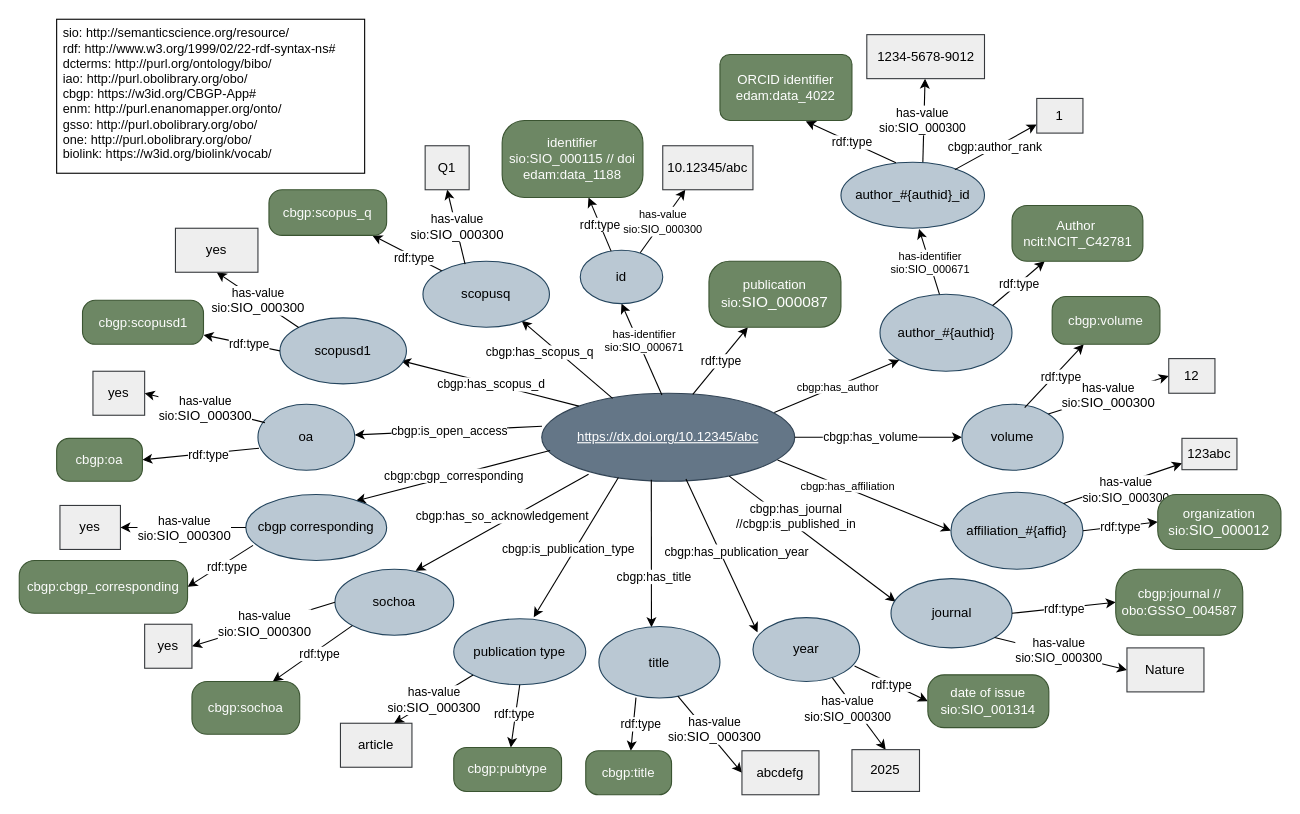
Earlier version of the draw.io diagram SemanticModels/publications-model.drawio (CBGP-UPM-INIA-PUBLIC/CBGP-Databases). Source tidied: cells renumbered, new cells numbered last; positions are measured from the earlier drawing's top-left corner, leaving out a move shared by most shapes. Both pictures are drawn from the tidied source at 110%, with x=0, y=0 at pixel (19, 19).
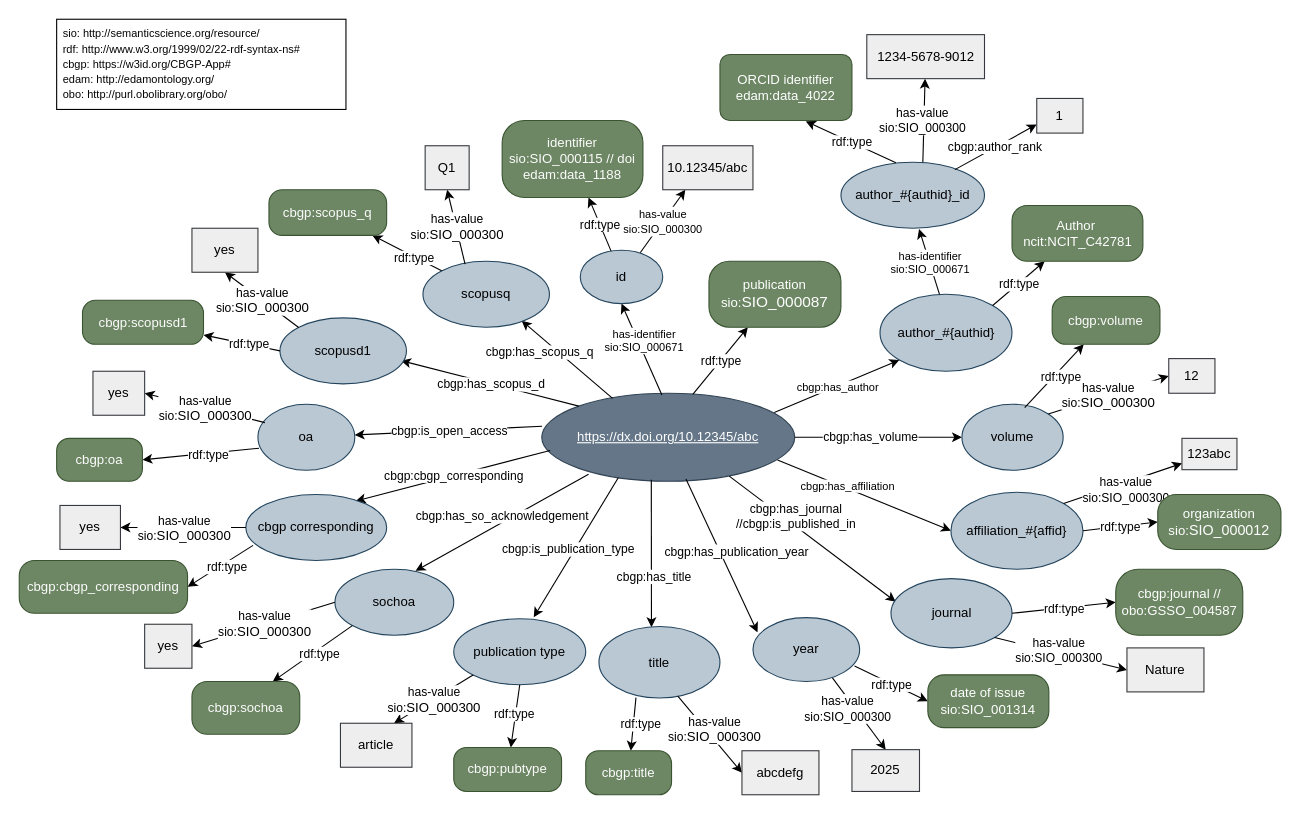
Above is the later version.

Diff of the diagram source:
```diff
@@
-    <mxCell id="8" value="&lt;font style=&quot;color: light-dark(rgb(5, 5, 5), rgb(237, 237, 237));&quot;&gt;&lt;font&gt;sio:&lt;/font&gt;&amp;nbsp;&lt;span style=&quot;font-family: &amp;quot;IBM Plex Sans&amp;quot;, Helvetica, Arial, sans-serif;&quot;&gt;http://semanticscience.org/resource/&lt;/span&gt;&lt;/font&gt;&lt;div&gt;&lt;font style=&quot;color: light-dark(rgb(5, 5, 5), rgb(237, 237, 237));&quot;&gt;&lt;span style=&quot;font-family: &amp;quot;IBM Plex Sans&amp;quot;, Helvetica, Arial, sans-serif;&quot;&gt;rdf:&amp;nbsp;&lt;/span&gt;&lt;span style=&quot;font-family: &amp;quot;Lucida Grande&amp;quot;, sans-serif; text-align: center; text-wrap-mode: nowrap; background-color: transparent;&quot;&gt;&lt;font&gt;http://www.w3.org/1999/02/22-rdf-syntax-ns#&lt;/font&gt;&lt;/span&gt;&lt;/font&gt;&lt;/div&gt;&lt;div&gt;&lt;font&gt;&lt;span style=&quot;color: light-dark(rgb(5, 5, 5), rgb(237, 237, 237)); font-family: &amp;quot;IBM Plex Sans&amp;quot;, Helvetica, Arial, sans-serif;&quot;&gt;dcterms:&amp;nbsp;&lt;/span&gt;&lt;span style=&quot;font-family: &amp;quot;IBM Plex Sans&amp;quot;, Helvetica, Arial, sans-serif; background-color: transparent;&quot;&gt;&lt;font style=&quot;color: light-dark(rgb(8, 8, 8), rgb(237, 237, 237));&quot;&gt;http://purl.org/ontology/bibo/&lt;/font&gt;&lt;/span&gt;&lt;/font&gt;&lt;/div&gt;&lt;div&gt;&lt;font style=&quot;color: light-dark(rgb(5, 5, 5), rgb(237, 237, 237));&quot;&gt;&lt;span style=&quot;font-family: &amp;quot;IBM Plex Sans&amp;quot;, Helvetica, Arial, sans-serif; background-color: transparent;&quot;&gt;iao:&amp;nbsp;&lt;/span&gt;&lt;span style=&quot;font-family: &amp;quot;IBM Plex Sans&amp;quot;, Helvetica, Arial, sans-serif; background-color: transparent;&quot;&gt;http://purl.obolibrary.org/obo/&lt;/span&gt;&lt;/font&gt;&lt;/div&gt;&lt;div&gt;&lt;span style=&quot;font-family: &amp;quot;IBM Plex Sans&amp;quot;, Helvetica, Arial, sans-serif; background-color: transparent; color: rgb(102, 102, 102);&quot;&gt;&lt;font style=&quot;color: light-dark(rgb(5, 5, 5), rgb(237, 237, 237));&quot;&gt;cbgp: https://w3id.org/CBGP-App#&lt;/font&gt;&lt;/span&gt;&lt;/div&gt;&lt;div&gt;&lt;font style=&quot;color: light-dark(rgb(3, 3, 3), rgb(237, 237, 237));&quot;&gt;&lt;span style=&quot;font-family: &amp;quot;IBM Plex Sans&amp;quot;, Helvetica, Arial, sans-serif; background-color: transparent;&quot;&gt;enm:&amp;nbsp;&lt;/span&gt;&lt;span style=&quot;font-family: &amp;quot;IBM Plex Sans&amp;quot;, Helvetica, Arial, sans-serif; background-color: transparent;&quot;&gt;http://purl.enanomapper.org/onto/&lt;/span&gt;&lt;/font&gt;&lt;/div&gt;&lt;div&gt;&lt;font style=&quot;color: light-dark(rgb(3, 3, 3), rgb(237, 237, 237));&quot;&gt;&lt;span style=&quot;background-color: transparent; font-family: &amp;quot;IBM Plex Sans&amp;quot;, Helvetica, Arial, sans-serif;&quot;&gt;gsso:&amp;nbsp;&lt;/span&gt;&lt;span style=&quot;background-color: transparent; font-family: &amp;quot;IBM Plex Sans&amp;quot;, Helvetica, Arial, sans-serif;&quot;&gt;http://purl.obolibrary.org/obo/&lt;/span&gt;&lt;/font&gt;&lt;/div&gt;&lt;div&gt;&lt;font style=&quot;color: light-dark(rgb(3, 3, 3), rgb(237, 237, 237));&quot;&gt;&lt;span style=&quot;font-family: &amp;quot;IBM Plex Sans&amp;quot;, Helvetica, Arial, sans-serif; background-color: transparent;&quot;&gt;one:&amp;nbsp;&lt;/span&gt;&lt;span style=&quot;font-family: &amp;quot;IBM Plex Sans&amp;quot;, Helvetica, Arial, sans-serif; background-color: transparent;&quot;&gt;http://purl.obolibrary.org/obo/&lt;/span&gt;&lt;/font&gt;&lt;/div&gt;&lt;div&gt;&lt;span style=&quot;font-family: &amp;quot;IBM Plex Sans&amp;quot;, Helvetica, Arial, sans-serif; background-color: transparent; color: rgb(102, 102, 102);&quot;&gt;&lt;font style=&quot;color: light-dark(rgb(5, 5, 5), rgb(237, 237, 237));&quot;&gt;biolink: https://w3id.org/biolink/vocab/&lt;/font&gt;&lt;/span&gt;&lt;/div&gt;" style="text;strokeColor=default;fillColor=default;align=left;verticalAlign=top;spacingLeft=4;spacingRight=4;overflow=hidden;whiteSpace=wrap;html=1;fontColor=#000000;fontSize=11.5;" parent="1" vertex="1">
-      <mxGeometry x="34" width="280" height="140" as="geometry" />
+    <mxCell id="8" value="&lt;font style=&quot;color: light-dark(rgb(5, 5, 5), rgb(237, 237, 237)); font-size: 10px;&quot;&gt;&lt;font&gt;sio:&lt;/font&gt;&amp;nbsp;&lt;span style=&quot;font-family: &amp;quot;IBM Plex Sans&amp;quot;, Helvetica, Arial, sans-serif;&quot;&gt;http://semanticscience.org/resource/&lt;/span&gt;&lt;/font&gt;&lt;div&gt;&lt;font style=&quot;color: light-dark(rgb(5, 5, 5), rgb(237, 237, 237)); font-size: 10px;&quot;&gt;&lt;span style=&quot;font-family: &amp;quot;IBM Plex Sans&amp;quot;, Helvetica, Arial, sans-serif;&quot;&gt;rdf:&amp;nbsp;&lt;/span&gt;&lt;span style=&quot;font-family: &amp;quot;Lucida Grande&amp;quot;, sans-serif; text-align: center; text-wrap-mode: nowrap; background-color: transparent;&quot;&gt;&lt;font&gt;http://www.w3.org/1999/02/22-rdf-syntax-ns#&lt;/font&gt;&lt;/span&gt;&lt;/font&gt;&lt;/div&gt;&lt;div&gt;&lt;font style=&quot;font-size: 10px;&quot;&gt;&lt;span style=&quot;font-family: &amp;quot;IBM Plex Sans&amp;quot;, Helvetica, Arial, sans-serif; background-color: transparent; color: rgb(102, 102, 102);&quot;&gt;&lt;font style=&quot;color: light-dark(rgb(5, 5, 5), rgb(237, 237, 237));&quot;&gt;cbgp: https://w3id.org/CBGP-App#&lt;/font&gt;&lt;/span&gt;&lt;/font&gt;&lt;/div&gt;&lt;div&gt;&lt;div style=&quot;text-align: left;&quot;&gt;&lt;font style=&quot;font-size: 10px;&quot;&gt;&lt;span style=&quot;font-family: &amp;quot;IBM Plex Sans&amp;quot;, Helvetica, Arial, sans-serif;&quot;&gt;&lt;font style=&quot;color: light-dark(rgb(5, 5, 5), rgb(237, 237, 237));&quot;&gt;edam: &lt;/font&gt;&lt;/span&gt;&lt;span&gt;http://edamontology.org/&lt;/span&gt;&lt;/font&gt;&lt;/div&gt;&lt;/div&gt;&lt;div&gt;&lt;font style=&quot;color: light-dark(rgb(3, 3, 3), rgb(237, 237, 237)); font-size: 10px;&quot;&gt;&lt;span style=&quot;background-color: transparent; font-family: &amp;quot;IBM Plex Sans&amp;quot;, Helvetica, Arial, sans-serif;&quot;&gt;obo:&amp;nbsp;&lt;/span&gt;&lt;span style=&quot;background-color: transparent; font-family: &amp;quot;IBM Plex Sans&amp;quot;, Helvetica, Arial, sans-serif;&quot;&gt;http://purl.obolibrary.org/obo/&lt;/span&gt;&lt;/font&gt;&lt;/div&gt;" style="text;strokeColor=default;fillColor=default;align=left;verticalAlign=top;spacingLeft=4;spacingRight=4;overflow=hidden;whiteSpace=wrap;html=1;fontColor=#000000;fontSize=11.5;" parent="1" vertex="1">
+      <mxGeometry x="34" width="263" height="82" as="geometry" />
     </mxCell>
@@
     <mxCell id="66" value="yes" style="rounded=0;whiteSpace=wrap;html=1;fillColor=#eeeeee;strokeColor=#36393d;" parent="1" vertex="1">
-      <mxGeometry x="142" y="190" width="75" height="40" as="geometry" />
+      <mxGeometry x="157" y="190" width="60" height="40" as="geometry" />
     </mxCell>
```
